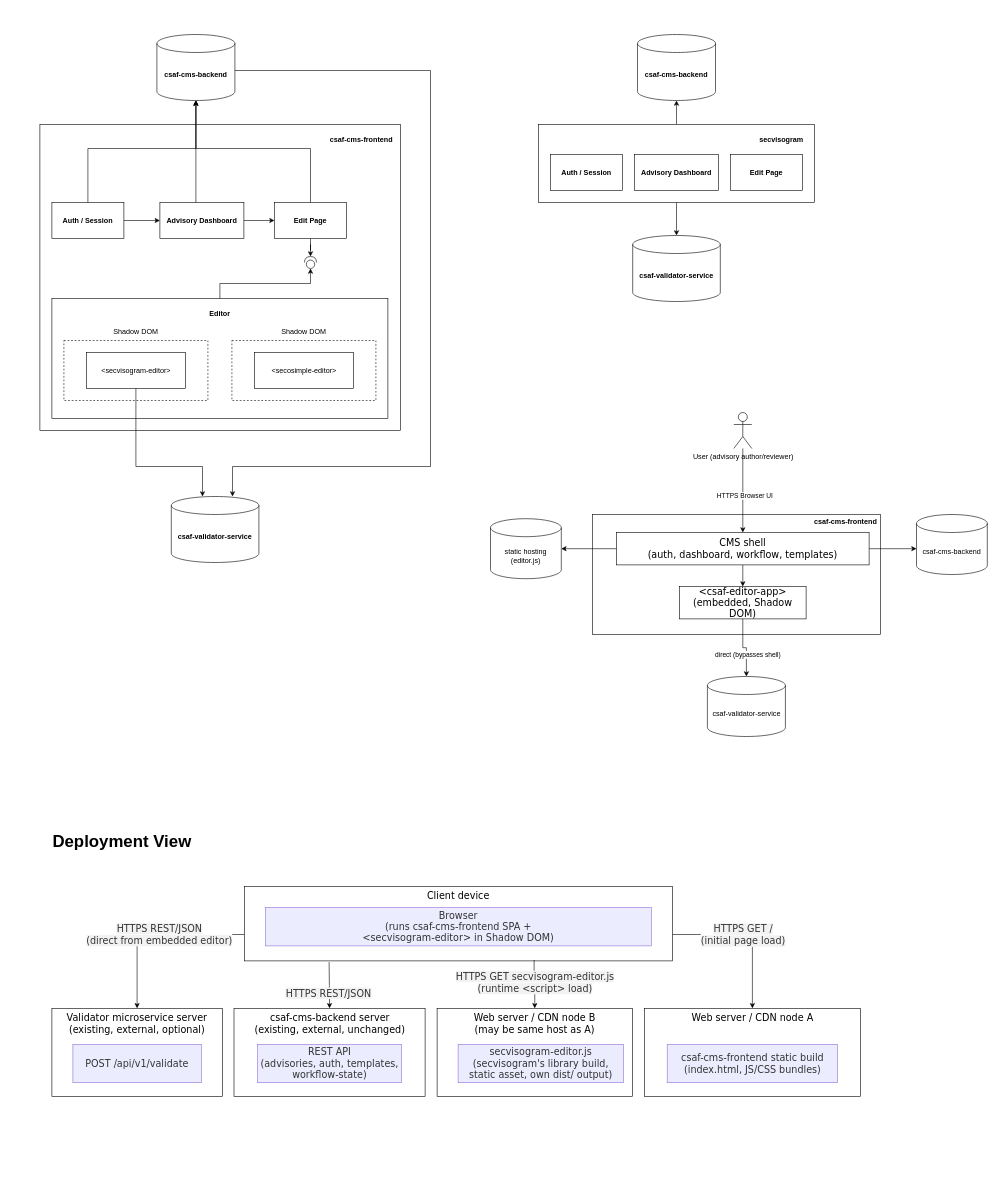
The draw.io diagram docs/spec.drawio in secvisogram/csaf-cms-frontend, before the edit. Source tidied: cells renumbered, new cells numbered last; positions are measured from the earlier drawing's top-left corner, leaving out a move shared by most shapes. Both pictures are drawn from the tidied source at 60%, with x=0, y=0 at pixel (10, 10).
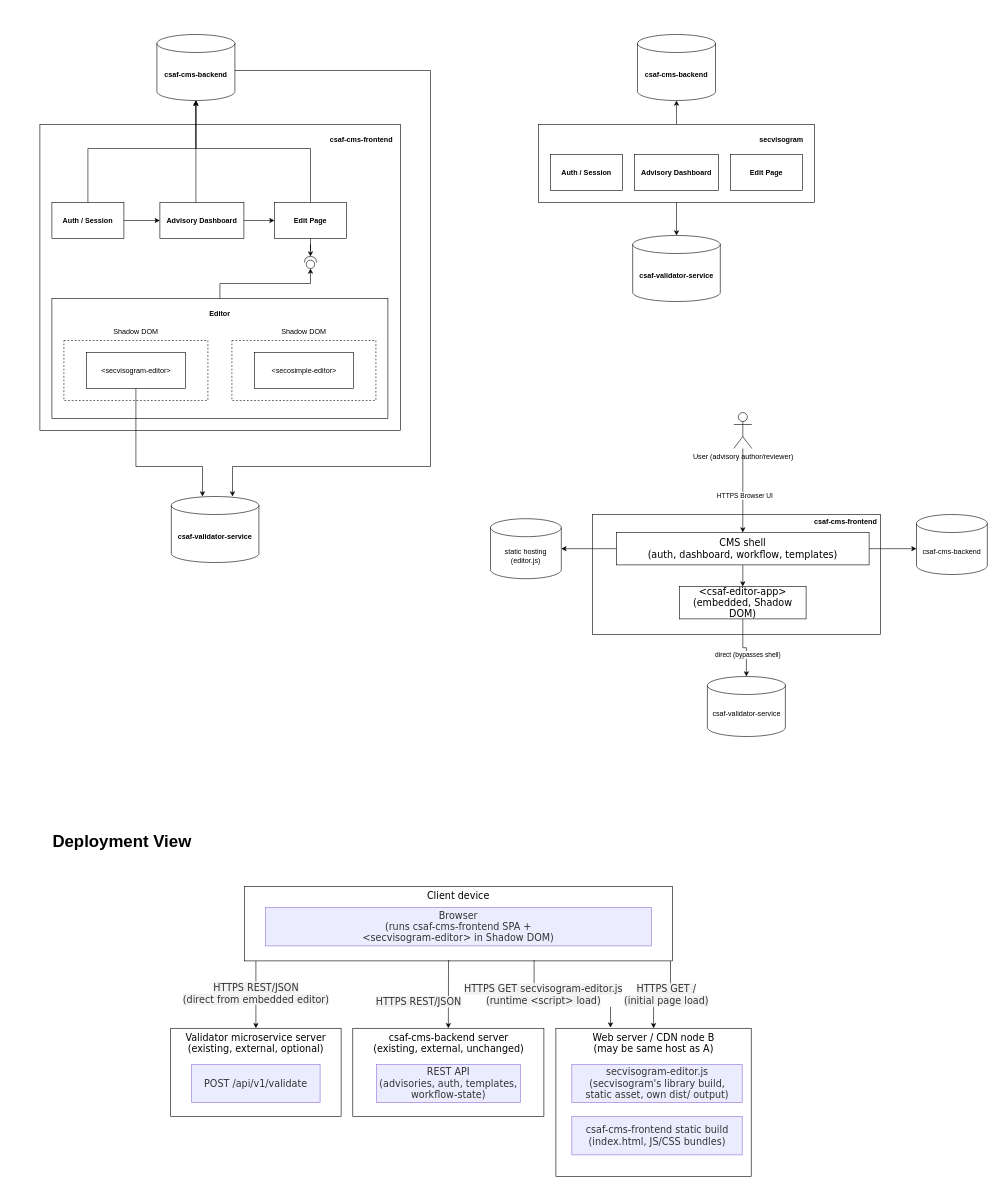
Above is the later version.

Commit message (it also covers changes not shown here):
update spec to reflect build-time npm dependency on secvisogram's editor bundle

The change refers to these unchanged cells:
```xml
<mxCell id="61" value="Client device" style="html=1;whiteSpace=wrap;strokeWidth=1;verticalAlign=top;fontFamily=Trebuchet MS,Verdana,Arial,sans-serif;fontSize=16;" parent="1" vertex="1">
  <mxGeometry x="390" y="1460" width="713" height="124" as="geometry" />
</mxCell>
```

The edit, as a diff of the source:
```diff
@@
-    <mxCell id="57" style="edgeStyle=orthogonalEdgeStyle;rounded=0;jettySize=auto;html=1;entryX=0.5;entryY=0;entryDx=0;entryDy=0;" parent="1" edge="1" source="61" target="63">
+    <mxCell id="57" style="edgeStyle=orthogonalEdgeStyle;rounded=0;jettySize=auto;html=1;entryX=0.5;entryY=0;entryDx=0;entryDy=0;" parent="1" edge="1" source="61" target="64">
       <mxGeometry relative="1" as="geometry">
         <Array as="points">
-          <mxPoint x="1236.5" y="1540" />
+          <mxPoint x="1100" y="1640.2" />
+          <mxPoint x="1071.8" y="1640.2" />
         </Array>
       </mxGeometry>
     </mxCell>
@@
     <mxCell id="59" style="edgeStyle=orthogonalEdgeStyle;rounded=0;jettySize=auto;html=1;entryX=0.5;entryY=0;entryDx=0;entryDy=0;" parent="1" edge="1" source="61" target="66">
       <mxGeometry relative="1" as="geometry">
         <Array as="points">
-          <mxPoint x="211.1" y="1540" />
+          <mxPoint x="409" y="1640" />
+          <mxPoint x="409" y="1640" />
         </Array>
       </mxGeometry>
     </mxCell>
@@
-    <mxCell id="63" value="Web server / CDN node A" style="html=1;whiteSpace=wrap;strokeWidth=1;verticalAlign=top;fontFamily=Trebuchet MS,Verdana,Arial,sans-serif;fontSize=16;" parent="1" vertex="1">
-      <mxGeometry x="1056.5" y="1663" width="360" height="147" as="geometry" />
-    </mxCell>
     <mxCell id="64" value="Web server / CDN node B&#10;(may be same host as A)" style="html=1;whiteSpace=wrap;strokeWidth=1;verticalAlign=top;fontFamily=Trebuchet MS,Verdana,Arial,sans-serif;fontSize=16;" parent="1" vertex="1">
-      <mxGeometry x="711" y="1663" width="325.5" height="147" as="geometry" />
+      <mxGeometry x="909" y="1696.3" width="325.5" height="247" as="geometry" />
     </mxCell>
     <mxCell id="65" value="csaf-cms-backend server&#10;(existing, external, unchanged)" style="html=1;whiteSpace=wrap;strokeWidth=1;verticalAlign=top;fontFamily=Trebuchet MS,Verdana,Arial,sans-serif;fontSize=16;" parent="1" vertex="1">
-      <mxGeometry x="372.5" y="1663" width="318.5" height="147" as="geometry" />
+      <mxGeometry x="570.5" y="1696.3" width="318.5" height="147" as="geometry" />
     </mxCell>
     <mxCell id="66" value="Validator microservice server&#10;(existing, external, optional)" style="html=1;whiteSpace=wrap;strokeWidth=1;verticalAlign=top;fontFamily=Trebuchet MS,Verdana,Arial,sans-serif;fontSize=16;" parent="1" vertex="1">
-      <mxGeometry x="69" y="1663" width="284" height="147" as="geometry" />
+      <mxGeometry x="267" y="1696.3" width="284" height="147" as="geometry" />
     </mxCell>
     <mxCell id="67" value="secvisogram-editor.js&#10;(secvisogram's library build,&#10;static asset, own dist/ output)" style="html=1;whiteSpace=wrap;strokeWidth=1;fillColor=light-dark(#ECECFF,#1f2020);strokeColor=light-dark(#9370DB,#cccccc);fontColor=light-dark(#333333,#cccccc);fontFamily=Trebuchet MS,Verdana,Arial,sans-serif;fontSize=16;" parent="1" vertex="1">
-      <mxGeometry x="746" y="1723" width="275.5" height="64" as="geometry" />
+      <mxGeometry x="935.5" y="1756.3" width="284" height="64" as="geometry" />
     </mxCell>
-    <mxCell id="68" style="edgeStyle=orthogonalEdgeStyle;rounded=0;jettySize=auto;html=1;exitX=0.677;exitY=0.987;exitDx=0;exitDy=0;entryX=0.5;entryY=0;entryDx=0;entryDy=0;exitPerimeter=0;" parent="1" edge="1" source="61" target="64">
-      <mxGeometry relative="1" as="geometry" />
+    <mxCell id="68" style="edgeStyle=orthogonalEdgeStyle;rounded=0;jettySize=auto;html=1;exitX=0.677;exitY=0.987;exitDx=0;exitDy=0;exitPerimeter=0;" parent="1" edge="1" source="61">
+      <mxGeometry relative="1" as="geometry">
+        <mxPoint x="1000" y="1695.3" as="targetPoint" />
+        <Array as="points">
+          <mxPoint x="872.7" y="1640.2" />
+          <mxPoint x="1000" y="1640.2" />
+        </Array>
+      </mxGeometry>
     </mxCell>
     <mxCell id="69" value="&lt;span style=&quot;color: rgb(51, 51, 51); font-family: &amp;quot;Trebuchet MS&amp;quot;, Verdana, Arial, sans-serif; font-size: 16px; background-color: rgba(232, 232, 232, 0.553);&quot;&gt;HTTPS GET secvisogram-editor.js&lt;/span&gt;&lt;br style=&quot;color: rgb(51, 51, 51); font-family: &amp;quot;Trebuchet MS&amp;quot;, Verdana, Arial, sans-serif; font-size: 16px;&quot;&gt;&lt;span style=&quot;color: rgb(51, 51, 51); font-family: &amp;quot;Trebuchet MS&amp;quot;, Verdana, Arial, sans-serif; font-size: 16px; background-color: rgba(232, 232, 232, 0.553);&quot;&gt;(runtime &amp;lt;script&amp;gt; load)&lt;/span&gt;" style="edgeLabel;html=1;align=center;verticalAlign=middle;" parent="68" vertex="1">
       <mxGeometry x="-0.48" y="2" relative="1" as="geometry">
-        <mxPoint x="-1" y="16" as="offset" />
+        <mxPoint x="11" y="2" as="offset" />
       </mxGeometry>
     </mxCell>
     <mxCell id="70" value="REST API&#10;(advisories, auth, templates, workflow-state)" style="html=1;whiteSpace=wrap;strokeWidth=1;fillColor=light-dark(#ECECFF,#1f2020);strokeColor=light-dark(#9370DB,#cccccc);fontColor=light-dark(#333333,#cccccc);fontFamily=Trebuchet MS,Verdana,Arial,sans-serif;fontSize=16;" parent="1" vertex="1">
-      <mxGeometry x="411.8" y="1723" width="240" height="64" as="geometry" />
+      <mxGeometry x="609.8" y="1756.3" width="240" height="64" as="geometry" />
     </mxCell>
-    <mxCell id="71" style="edgeStyle=orthogonalEdgeStyle;rounded=0;jettySize=auto;html=1;entryX=0.5;entryY=0;entryDx=0;entryDy=0;" parent="1" edge="1" target="65">
+    <mxCell id="71" style="edgeStyle=orthogonalEdgeStyle;rounded=0;jettySize=auto;html=1;entryX=0.5;entryY=0;entryDx=0;entryDy=0;exitX=0.479;exitY=0.997;exitDx=0;exitDy=0;exitPerimeter=0;" parent="1" edge="1" source="61" target="65">
       <mxGeometry relative="1" as="geometry">
-        <mxPoint x="531" y="1585.9" as="sourcePoint" />
+        <Array as="points">
+          <mxPoint x="730" y="1583.6" />
+          <mxPoint x="730" y="1600" />
+          <mxPoint x="729.8" y="1600" />
+        </Array>
       </mxGeometry>
     </mxCell>
     <mxCell id="72" value="&lt;span style=&quot;color: rgb(51, 51, 51); font-family: &amp;quot;Trebuchet MS&amp;quot;, Verdana, Arial, sans-serif; font-size: 16px; background-color: rgba(232, 232, 232, 0.553);&quot;&gt;HTTPS REST/JSON&lt;/span&gt;" style="edgeLabel;html=1;align=center;verticalAlign=middle;" parent="71" vertex="1">
-      <mxGeometry x="0.34" y="-2" relative="1" as="geometry" />
+      <mxGeometry x="0.34" y="-2" relative="1" as="geometry">
+        <mxPoint x="-48" y="-8" as="offset" />
+      </mxGeometry>
     </mxCell>
-    <mxCell id="73" value="csaf-cms-frontend static build&#10;(index.html, JS/CSS bundles)" style="html=1;whiteSpace=wrap;strokeWidth=1;fillColor=light-dark(#ECECFF,#1f2020);strokeColor=light-dark(#9370DB,#cccccc);fontColor=light-dark(#333333,#cccccc);fontFamily=Trebuchet MS,Verdana,Arial,sans-serif;fontSize=16;" parent="1" vertex="1">
-      <mxGeometry x="1094.5" y="1723" width="284" height="64" as="geometry" />
-    </mxCell>
     <mxCell id="74" value="POST /api/v1/validate" style="html=1;whiteSpace=wrap;strokeWidth=1;fillColor=light-dark(#ECECFF,#1f2020);strokeColor=light-dark(#9370DB,#cccccc);fontColor=light-dark(#333333,#cccccc);fontFamily=Trebuchet MS,Verdana,Arial,sans-serif;fontSize=16;" parent="1" vertex="1">
-      <mxGeometry x="104" y="1723" width="214" height="64" as="geometry" />
+      <mxGeometry x="302" y="1756.3" width="214" height="64" as="geometry" />
     </mxCell>
@@
+    <mxCell id="73" value="csaf-cms-frontend static build&#10;(index.html, JS/CSS bundles)" style="html=1;whiteSpace=wrap;strokeWidth=1;fillColor=light-dark(#ECECFF,#1f2020);strokeColor=light-dark(#9370DB,#cccccc);fontColor=light-dark(#333333,#cccccc);fontFamily=Trebuchet MS,Verdana,Arial,sans-serif;fontSize=16;" parent="1" vertex="1">
+      <mxGeometry x="935.5" y="1843.3" width="284" height="64" as="geometry" />
+    </mxCell>
```
